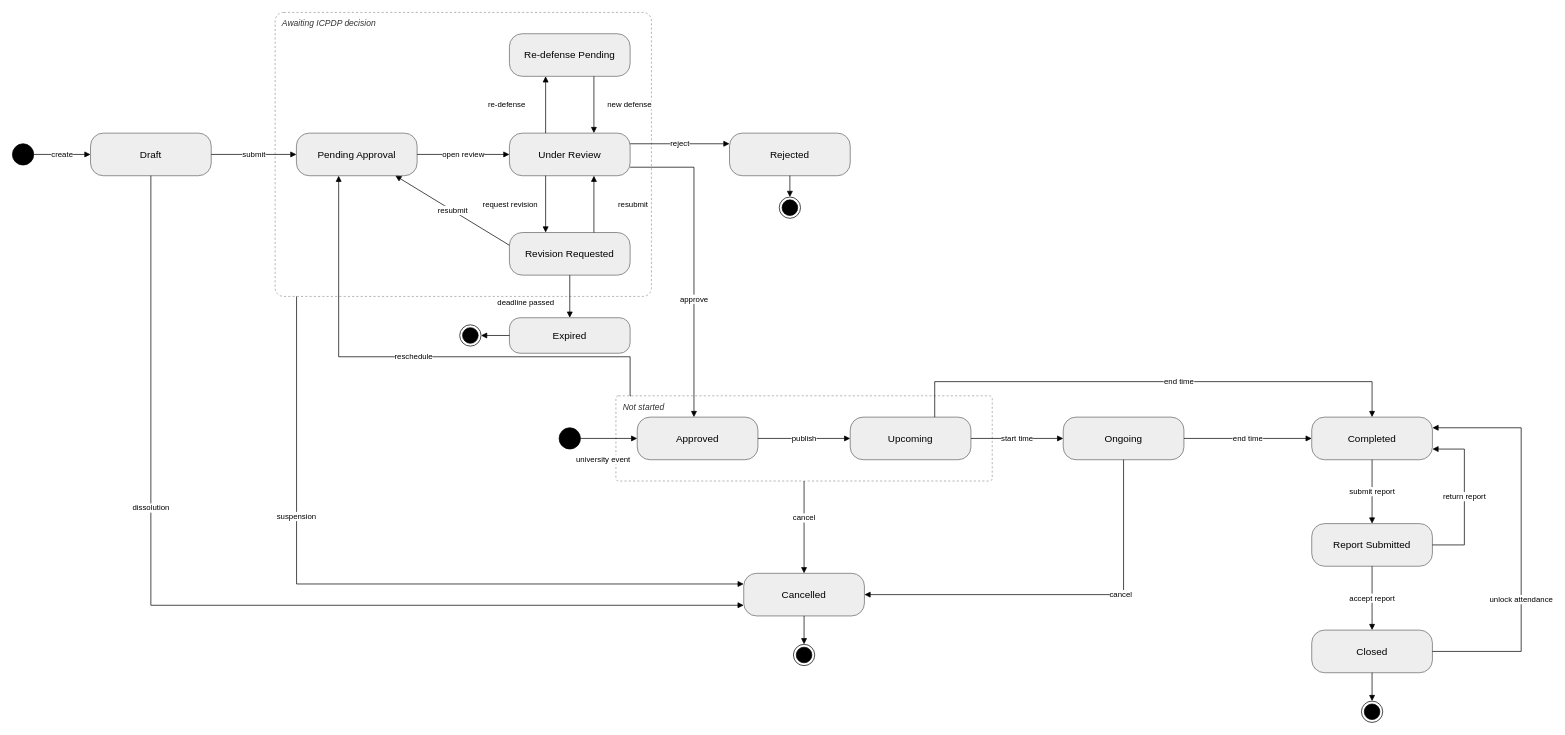
Before: page "Event" (6 of 9) of docs/03-diagrams/UCMS_State_Diagrams.drawio in nvdekay/ClubManagementSystem, a draw.io diagram. Source tidied: cells renumbered, new cells numbered last; positions are measured from the earlier drawing's top-left corner, leaving out a move shared by most shapes. Both pictures are drawn from the tidied source at 71%, with x=0, y=0 at pixel (12, 12).
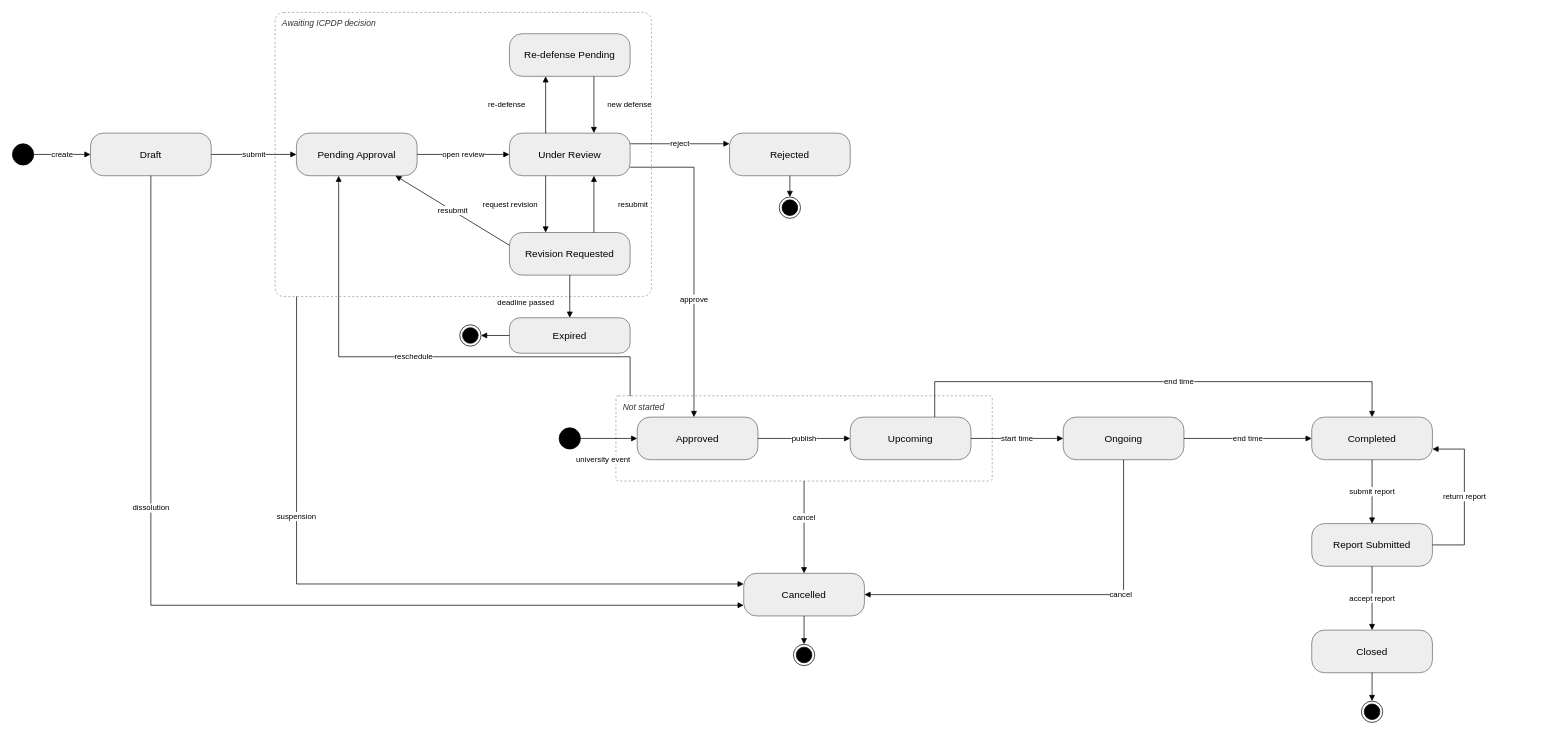
After the change.

Commit message (it also covers changes not shown here):
docs(diagrams): drop the unreachable attendance unlock arc and add pseudo-states to the budget item diagram

The change refers to these unchanged cells:
```xml
<mxCell id="17" value="Completed" style="rounded=1;arcSize=30;whiteSpace=wrap;html=1;fillColor=#eeeeee;strokeColor=#666666;fontSize=14;" parent="1" vertex="1">
  <mxGeometry x="1830" y="570" width="170" height="60" as="geometry" />
</mxCell>
<mxCell id="19" value="Closed" style="rounded=1;arcSize=30;whiteSpace=wrap;html=1;fillColor=#eeeeee;strokeColor=#666666;fontSize=14;" parent="1" vertex="1">
  <mxGeometry x="1830" y="870" width="170" height="60" as="geometry" />
</mxCell>
```

The edit, as a diff of the source:
```diff
@@
-    <mxCell id="46" value="unlock attendance" style="endArrow=block;endFill=1;html=1;rounded=0;fontSize=11;labelBackgroundColor=#ffffff;exitX=1;exitY=0.5;exitDx=0;exitDy=0;entryX=1;entryY=0.25;entryDx=0;entryDy=0;edgeStyle=orthogonalEdgeStyle;" parent="1" edge="1" source="19" target="17">
-      <mxGeometry x="-0.3" relative="1" as="geometry">
-        <Array as="points">
-          <mxPoint x="2125" y="900" />
-          <mxPoint x="2125" y="585" />
-        </Array>
-      </mxGeometry>
-    </mxCell>
```
